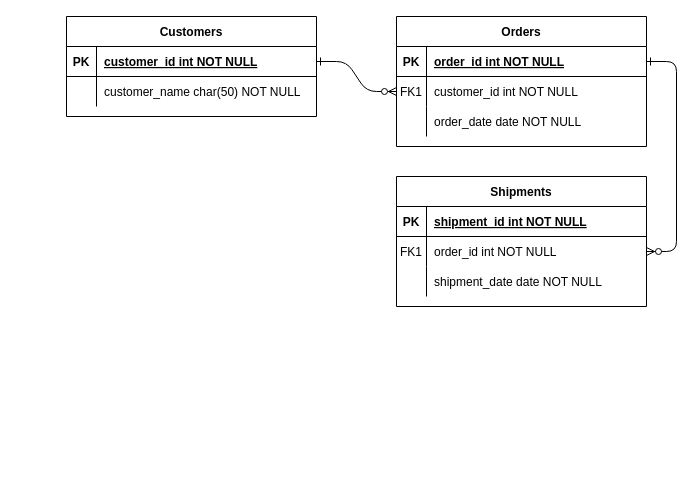
The draw.io diagram 未命名绘图.drawio in flynnxin0730/test, before the edit. Source tidied: cells renumbered, new cells numbered last; positions are measured from the earlier drawing's top-left corner, leaving out a move shared by most shapes. Both pictures are drawn from the tidied source at 100%, with x=0, y=0 at pixel (66, 16).
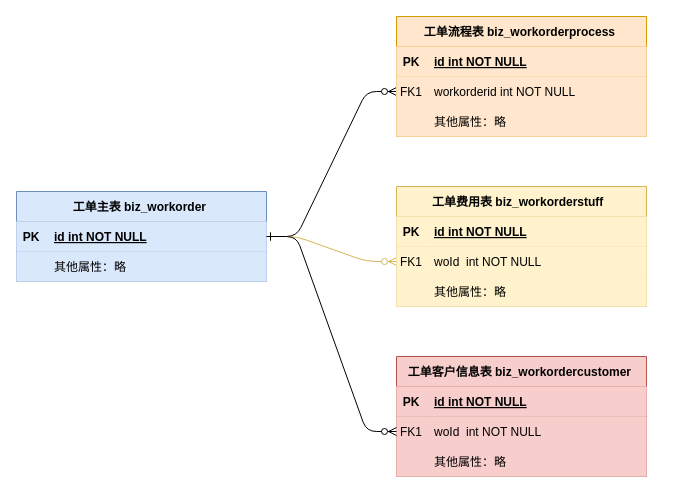
The same page after the edit.

What changed in the source:
```diff
@@
     <mxCell id="2" style="edgeStyle=entityRelationEdgeStyle;endArrow=ERzeroToMany;startArrow=ERone;endFill=1;startFill=0;" parent="1" edge="1" source="25" target="8">
-      <mxGeometry relative="1" as="geometry" />
+      <mxGeometry relative="1" as="geometry">
+        <Array as="points">
+          <mxPoint x="170" y="180" />
+        </Array>
+      </mxGeometry>
     </mxCell>
-    <mxCell id="3" style="edgeStyle=entityRelationEdgeStyle;endArrow=ERzeroToMany;startArrow=ERone;endFill=1;startFill=0;" parent="1" edge="1" source="5" target="18">
-      <mxGeometry relative="1" as="geometry" />
+    <mxCell id="3" style="edgeStyle=entityRelationEdgeStyle;endArrow=ERzeroToMany;startArrow=ERone;endFill=1;startFill=0;exitX=1;exitY=0.5;exitDx=0;exitDy=0;fillColor=#fff2cc;strokeColor=#d6b656;" parent="1" edge="1" source="25" target="18">
+      <mxGeometry relative="1" as="geometry">
+        <Array as="points">
+          <mxPoint x="610" y="70" />
+          <mxPoint x="160" y="110" />
+        </Array>
+      </mxGeometry>
     </mxCell>
-    <mxCell id="4" value="Orders" style="shape=table;startSize=30;childLayout=tableLayout;rowLines=0;fontStyle=1;align=center;" parent="1" vertex="1">
-      <mxGeometry x="330" width="250" height="130" as="geometry" />
+    <mxCell id="4" value="工单流程表 biz_workorderprocess " style="shape=table;startSize=30;childLayout=tableLayout;rowLines=0;fontStyle=1;align=center;fillColor=#ffe6cc;strokeColor=#d79b00;" parent="1" vertex="1">
+      <mxGeometry x="330" width="250" height="120" as="geometry" />
     </mxCell>
-    <mxCell id="5" style="shape=partialRectangle;fillColor=none;points=[[0,0.5],[1,0.5]];portConstraint=eastwest;top=0;left=0;right=0;bottom=1;" parent="4" vertex="1">
+    <mxCell id="5" style="shape=partialRectangle;fillColor=#ffe6cc;points=[[0,0.5],[1,0.5]];portConstraint=eastwest;top=0;left=0;right=0;bottom=1;strokeColor=#d79b00;" parent="4" vertex="1">
       <mxGeometry y="30" width="250" height="30" as="geometry" />
     </mxCell>
-    <mxCell id="6" value="PK" style="shape=partialRectangle;overflow=hidden;fillColor=none;top=0;left=0;bottom=0;right=0;fontStyle=1;" parent="5" vertex="1">
+    <mxCell id="6" value="PK" style="shape=partialRectangle;overflow=hidden;fillColor=#ffe6cc;top=0;left=0;bottom=0;right=0;fontStyle=1;strokeColor=#d79b00;" parent="5" vertex="1">
       <mxGeometry width="30" height="30" as="geometry" />
     </mxCell>
-    <mxCell id="7" value="order_id int NOT NULL " style="shape=partialRectangle;overflow=hidden;fillColor=none;top=0;left=0;bottom=0;right=0;align=left;spacingLeft=6;fontStyle=5;" parent="5" vertex="1">
+    <mxCell id="7" value="id int NOT NULL " style="shape=partialRectangle;overflow=hidden;fillColor=#ffe6cc;top=0;left=0;bottom=0;right=0;align=left;spacingLeft=6;fontStyle=5;strokeColor=#d79b00;" parent="5" vertex="1">
       <mxGeometry x="30" width="220" height="30" as="geometry" />
     </mxCell>
-    <mxCell id="8" style="shape=partialRectangle;fillColor=none;points=[[0,0.5],[1,0.5]];portConstraint=eastwest;top=0;left=0;right=0;bottom=0;" parent="4" vertex="1">
+    <mxCell id="8" style="shape=partialRectangle;fillColor=#ffe6cc;points=[[0,0.5],[1,0.5]];portConstraint=eastwest;top=0;left=0;right=0;bottom=0;strokeColor=#d79b00;" parent="4" vertex="1">
       <mxGeometry y="60" width="250" height="30" as="geometry" />
     </mxCell>
-    <mxCell id="9" value="FK1" style="shape=partialRectangle;overflow=hidden;fillColor=none;top=0;left=0;bottom=0;right=0;" parent="8" vertex="1">
+    <mxCell id="9" value="FK1" style="shape=partialRectangle;overflow=hidden;fillColor=#ffe6cc;top=0;left=0;bottom=0;right=0;strokeColor=#d79b00;" parent="8" vertex="1">
       <mxGeometry width="30" height="30" as="geometry" />
     </mxCell>
-    <mxCell id="10" value="customer_id int NOT NULL" style="shape=partialRectangle;overflow=hidden;fillColor=none;top=0;left=0;bottom=0;right=0;align=left;spacingLeft=6;" parent="8" vertex="1">
+    <mxCell id="10" value="workorderid int NOT NULL" style="shape=partialRectangle;overflow=hidden;fillColor=#ffe6cc;top=0;left=0;bottom=0;right=0;align=left;spacingLeft=6;strokeColor=#d79b00;" parent="8" vertex="1">
       <mxGeometry x="30" width="220" height="30" as="geometry" />
     </mxCell>
-    <mxCell id="11" style="shape=partialRectangle;fillColor=none;top=0;left=0;right=0;bottom=0;" parent="4" vertex="1">
+    <mxCell id="11" style="shape=partialRectangle;fillColor=#ffe6cc;top=0;left=0;right=0;bottom=0;strokeColor=#d79b00;" parent="4" vertex="1">
       <mxGeometry y="90" width="250" height="30" as="geometry" />
     </mxCell>
-    <mxCell id="12" style="shape=partialRectangle;overflow=hidden;fillColor=none;top=0;left=0;bottom=0;right=0;" parent="11" vertex="1">
+    <mxCell id="12" style="shape=partialRectangle;overflow=hidden;fillColor=#ffe6cc;top=0;left=0;bottom=0;right=0;strokeColor=#d79b00;" parent="11" vertex="1">
       <mxGeometry width="30" height="30" as="geometry" />
     </mxCell>
-    <mxCell id="13" value="order_date date NOT NULL" style="shape=partialRectangle;overflow=hidden;fillColor=none;top=0;left=0;bottom=0;right=0;align=left;spacingLeft=6;" parent="11" vertex="1">
+    <mxCell id="13" value="其他属性：略" style="shape=partialRectangle;overflow=hidden;fillColor=#ffe6cc;top=0;left=0;bottom=0;right=0;align=left;spacingLeft=6;strokeColor=#d79b00;" parent="11" vertex="1">
       <mxGeometry x="30" width="220" height="30" as="geometry" />
     </mxCell>
-    <mxCell id="14" value="Shipments" style="shape=table;startSize=30;childLayout=tableLayout;rowLines=0;fontStyle=1;align=center;" parent="1" vertex="1">
-      <mxGeometry x="330" y="160" width="250" height="130" as="geometry" />
+    <mxCell id="14" value="工单费用表 biz_workorderstuff  " style="shape=table;startSize=30;childLayout=tableLayout;rowLines=0;fontStyle=1;align=center;fillColor=#fff2cc;strokeColor=#d6b656;" parent="1" vertex="1">
+      <mxGeometry x="330" y="170" width="250" height="120" as="geometry" />
     </mxCell>
-    <mxCell id="15" style="shape=partialRectangle;fillColor=none;top=0;left=0;right=0;bottom=1;" parent="14" vertex="1">
+    <mxCell id="15" style="shape=partialRectangle;fillColor=#fff2cc;top=0;left=0;right=0;bottom=1;strokeColor=#d6b656;" parent="14" vertex="1">
       <mxGeometry y="30" width="250" height="30" as="geometry" />
     </mxCell>
-    <mxCell id="16" value="PK" style="shape=partialRectangle;overflow=hidden;fillColor=none;top=0;left=0;bottom=0;right=0;fontStyle=1;" parent="15" vertex="1">
+    <mxCell id="16" value="PK" style="shape=partialRectangle;overflow=hidden;fillColor=#fff2cc;top=0;left=0;bottom=0;right=0;fontStyle=1;strokeColor=#d6b656;" parent="15" vertex="1">
       <mxGeometry width="30" height="30" as="geometry" />
     </mxCell>
-    <mxCell id="17" value="shipment_id int NOT NULL " style="shape=partialRectangle;overflow=hidden;fillColor=none;top=0;left=0;bottom=0;right=0;align=left;spacingLeft=6;fontStyle=5;" parent="15" vertex="1">
+    <mxCell id="17" value="id int NOT NULL " style="shape=partialRectangle;overflow=hidden;fillColor=#fff2cc;top=0;left=0;bottom=0;right=0;align=left;spacingLeft=6;fontStyle=5;strokeColor=#d6b656;" parent="15" vertex="1">
       <mxGeometry x="30" width="220" height="30" as="geometry" />
     </mxCell>
-    <mxCell id="18" style="shape=partialRectangle;fillColor=none;points=[[0,0.5],[1,0.5]];portConstraint=eastwest;top=0;left=0;right=0;bottom=0;" parent="14" vertex="1">
+    <mxCell id="18" style="shape=partialRectangle;fillColor=#fff2cc;points=[[0,0.5],[1,0.5]];portConstraint=eastwest;top=0;left=0;right=0;bottom=0;strokeColor=#d6b656;" parent="14" vertex="1">
       <mxGeometry y="60" width="250" height="30" as="geometry" />
     </mxCell>
-    <mxCell id="19" value="FK1" style="shape=partialRectangle;overflow=hidden;fillColor=none;top=0;left=0;bottom=0;right=0;" parent="18" vertex="1">
+    <mxCell id="19" value="FK1" style="shape=partialRectangle;overflow=hidden;fillColor=#fff2cc;top=0;left=0;bottom=0;right=0;strokeColor=#d6b656;" parent="18" vertex="1">
       <mxGeometry width="30" height="30" as="geometry" />
     </mxCell>
-    <mxCell id="20" value="order_id int NOT NULL" style="shape=partialRectangle;overflow=hidden;fillColor=none;top=0;left=0;bottom=0;right=0;align=left;spacingLeft=6;" parent="18" vertex="1">
+    <mxCell id="20" value="woId  int NOT NULL" style="shape=partialRectangle;overflow=hidden;fillColor=#fff2cc;top=0;left=0;bottom=0;right=0;align=left;spacingLeft=6;strokeColor=#d6b656;" parent="18" vertex="1">
       <mxGeometry x="30" width="220" height="30" as="geometry" />
     </mxCell>
-    <mxCell id="21" style="shape=partialRectangle;fillColor=none;top=0;left=0;right=0;bottom=0;" parent="14" vertex="1">
+    <mxCell id="21" style="shape=partialRectangle;fillColor=#fff2cc;top=0;left=0;right=0;bottom=0;strokeColor=#d6b656;" parent="14" vertex="1">
       <mxGeometry y="90" width="250" height="30" as="geometry" />
     </mxCell>
-    <mxCell id="22" style="shape=partialRectangle;overflow=hidden;fillColor=none;top=0;left=0;bottom=0;right=0;" parent="21" vertex="1">
+    <mxCell id="22" style="shape=partialRectangle;overflow=hidden;fillColor=#fff2cc;top=0;left=0;bottom=0;right=0;strokeColor=#d6b656;" parent="21" vertex="1">
       <mxGeometry width="30" height="30" as="geometry" />
     </mxCell>
-    <mxCell id="23" value="shipment_date date NOT NULL" style="shape=partialRectangle;overflow=hidden;fillColor=none;top=0;left=0;bottom=0;right=0;align=left;spacingLeft=6;" parent="21" vertex="1">
+    <mxCell id="23" value="其他属性：略" style="shape=partialRectangle;overflow=hidden;fillColor=#fff2cc;top=0;left=0;bottom=0;right=0;align=left;spacingLeft=6;strokeColor=#d6b656;" parent="21" vertex="1">
       <mxGeometry x="30" width="220" height="30" as="geometry" />
     </mxCell>
-    <mxCell id="24" value="Customers" style="shape=table;startSize=30;childLayout=tableLayout;rowLines=0;fontStyle=1;align=center;" parent="1" vertex="1">
-      <mxGeometry width="250" height="100" as="geometry" />
+    <mxCell id="24" value="工单主表 biz_workorder " style="shape=table;startSize=30;childLayout=tableLayout;rowLines=0;fontStyle=1;align=center;fillColor=#dae8fc;strokeColor=#6c8ebf;" parent="1" vertex="1">
+      <mxGeometry x="-50" y="175" width="250" height="90" as="geometry" />
     </mxCell>
-    <mxCell id="25" style="shape=partialRectangle;fillColor=none;points=[[0,0.5],[1,0.5]];portConstraint=eastwest;top=0;left=0;right=0;bottom=1;" parent="24" vertex="1">
+    <mxCell id="25" style="shape=partialRectangle;fillColor=#dae8fc;points=[[0,0.5],[1,0.5]];portConstraint=eastwest;top=0;left=0;right=0;bottom=1;strokeColor=#6c8ebf;" parent="24" vertex="1">
       <mxGeometry y="30" width="250" height="30" as="geometry" />
     </mxCell>
-    <mxCell id="26" value="PK" style="shape=partialRectangle;overflow=hidden;fillColor=none;top=0;left=0;bottom=0;right=0;fontStyle=1;" parent="25" vertex="1">
+    <mxCell id="26" value="PK" style="shape=partialRectangle;overflow=hidden;fillColor=#dae8fc;top=0;left=0;bottom=0;right=0;fontStyle=1;strokeColor=#6c8ebf;" parent="25" vertex="1">
       <mxGeometry width="30" height="30" as="geometry" />
     </mxCell>
-    <mxCell id="27" value="customer_id int NOT NULL " style="shape=partialRectangle;overflow=hidden;fillColor=none;top=0;left=0;bottom=0;right=0;align=left;spacingLeft=6;fontStyle=5;" parent="25" vertex="1">
+    <mxCell id="27" value="id int NOT NULL " style="shape=partialRectangle;overflow=hidden;fillColor=#dae8fc;top=0;left=0;bottom=0;right=0;align=left;spacingLeft=6;fontStyle=5;strokeColor=#6c8ebf;" parent="25" vertex="1">
       <mxGeometry x="30" width="220" height="30" as="geometry" />
     </mxCell>
-    <mxCell id="28" style="shape=partialRectangle;fillColor=none;top=0;left=0;right=0;bottom=0;" parent="24" vertex="1">
+    <mxCell id="28" style="shape=partialRectangle;fillColor=#dae8fc;top=0;left=0;right=0;bottom=0;strokeColor=#6c8ebf;" parent="24" vertex="1">
       <mxGeometry y="60" width="250" height="30" as="geometry" />
     </mxCell>
-    <mxCell id="29" style="shape=partialRectangle;overflow=hidden;fillColor=none;top=0;left=0;bottom=0;right=0;" parent="28" vertex="1">
+    <mxCell id="29" style="shape=partialRectangle;overflow=hidden;fillColor=#dae8fc;top=0;left=0;bottom=0;right=0;strokeColor=#6c8ebf;" parent="28" vertex="1">
       <mxGeometry width="30" height="30" as="geometry" />
     </mxCell>
-    <mxCell id="30" value="customer_name char(50) NOT NULL" style="shape=partialRectangle;overflow=hidden;fillColor=none;top=0;left=0;bottom=0;right=0;align=left;spacingLeft=6;" parent="28" vertex="1">
+    <mxCell id="30" value="其他属性：略" style="shape=partialRectangle;overflow=hidden;fillColor=#dae8fc;top=0;left=0;bottom=0;right=0;align=left;spacingLeft=6;strokeColor=#6c8ebf;" parent="28" vertex="1">
       <mxGeometry x="30" width="220" height="30" as="geometry" />
     </mxCell>
+    <mxCell id="31" value="工单客户信息表 biz_workordercustomer " style="shape=table;startSize=30;childLayout=tableLayout;rowLines=0;fontStyle=1;align=center;fillColor=#f8cecc;strokeColor=#b85450;" parent="1" vertex="1">
+      <mxGeometry x="330" y="340" width="250" height="120" as="geometry" />
+    </mxCell>
+    <mxCell id="32" style="shape=partialRectangle;fillColor=#f8cecc;top=0;left=0;right=0;bottom=1;strokeColor=#b85450;" parent="31" vertex="1">
+      <mxGeometry y="30" width="250" height="30" as="geometry" />
+    </mxCell>
+    <mxCell id="33" value="PK" style="shape=partialRectangle;overflow=hidden;fillColor=#f8cecc;top=0;left=0;bottom=0;right=0;fontStyle=1;strokeColor=#b85450;" parent="32" vertex="1">
+      <mxGeometry width="30" height="30" as="geometry" />
+    </mxCell>
+    <mxCell id="34" value="id int NOT NULL " style="shape=partialRectangle;overflow=hidden;fillColor=#f8cecc;top=0;left=0;bottom=0;right=0;align=left;spacingLeft=6;fontStyle=5;strokeColor=#b85450;" parent="32" vertex="1">
+      <mxGeometry x="30" width="220" height="30" as="geometry" />
+    </mxCell>
+    <mxCell id="35" style="shape=partialRectangle;fillColor=#f8cecc;points=[[0,0.5],[1,0.5]];portConstraint=eastwest;top=0;left=0;right=0;bottom=0;strokeColor=#b85450;" parent="31" vertex="1">
+      <mxGeometry y="60" width="250" height="30" as="geometry" />
+    </mxCell>
+    <mxCell id="36" value="FK1" style="shape=partialRectangle;overflow=hidden;fillColor=#f8cecc;top=0;left=0;bottom=0;right=0;strokeColor=#b85450;" parent="35" vertex="1">
+      <mxGeometry width="30" height="30" as="geometry" />
+    </mxCell>
+    <mxCell id="37" value="woId  int NOT NULL" style="shape=partialRectangle;overflow=hidden;fillColor=#f8cecc;top=0;left=0;bottom=0;right=0;align=left;spacingLeft=6;strokeColor=#b85450;" parent="35" vertex="1">
+      <mxGeometry x="30" width="220" height="30" as="geometry" />
+    </mxCell>
+    <mxCell id="38" style="shape=partialRectangle;fillColor=#f8cecc;top=0;left=0;right=0;bottom=0;strokeColor=#b85450;" parent="31" vertex="1">
+      <mxGeometry y="90" width="250" height="30" as="geometry" />
+    </mxCell>
+    <mxCell id="39" style="shape=partialRectangle;overflow=hidden;fillColor=#f8cecc;top=0;left=0;bottom=0;right=0;strokeColor=#b85450;" parent="38" vertex="1">
+      <mxGeometry width="30" height="30" as="geometry" />
+    </mxCell>
+    <mxCell id="40" value="其他属性：略" style="shape=partialRectangle;overflow=hidden;fillColor=#f8cecc;top=0;left=0;bottom=0;right=0;align=left;spacingLeft=6;strokeColor=#b85450;" parent="38" vertex="1">
+      <mxGeometry x="30" width="220" height="30" as="geometry" />
+    </mxCell>
+    <mxCell id="41" style="edgeStyle=entityRelationEdgeStyle;endArrow=ERzeroToMany;startArrow=ERone;endFill=1;startFill=0;exitX=1;exitY=0.5;exitDx=0;exitDy=0;" parent="1" edge="1" source="25" target="35">
+      <mxGeometry relative="1" as="geometry">
+        <Array as="points">
+          <mxPoint x="220" y="230" />
+          <mxPoint x="610" y="80" />
+          <mxPoint x="160" y="120" />
+        </Array>
+      </mxGeometry>
+    </mxCell>
```
